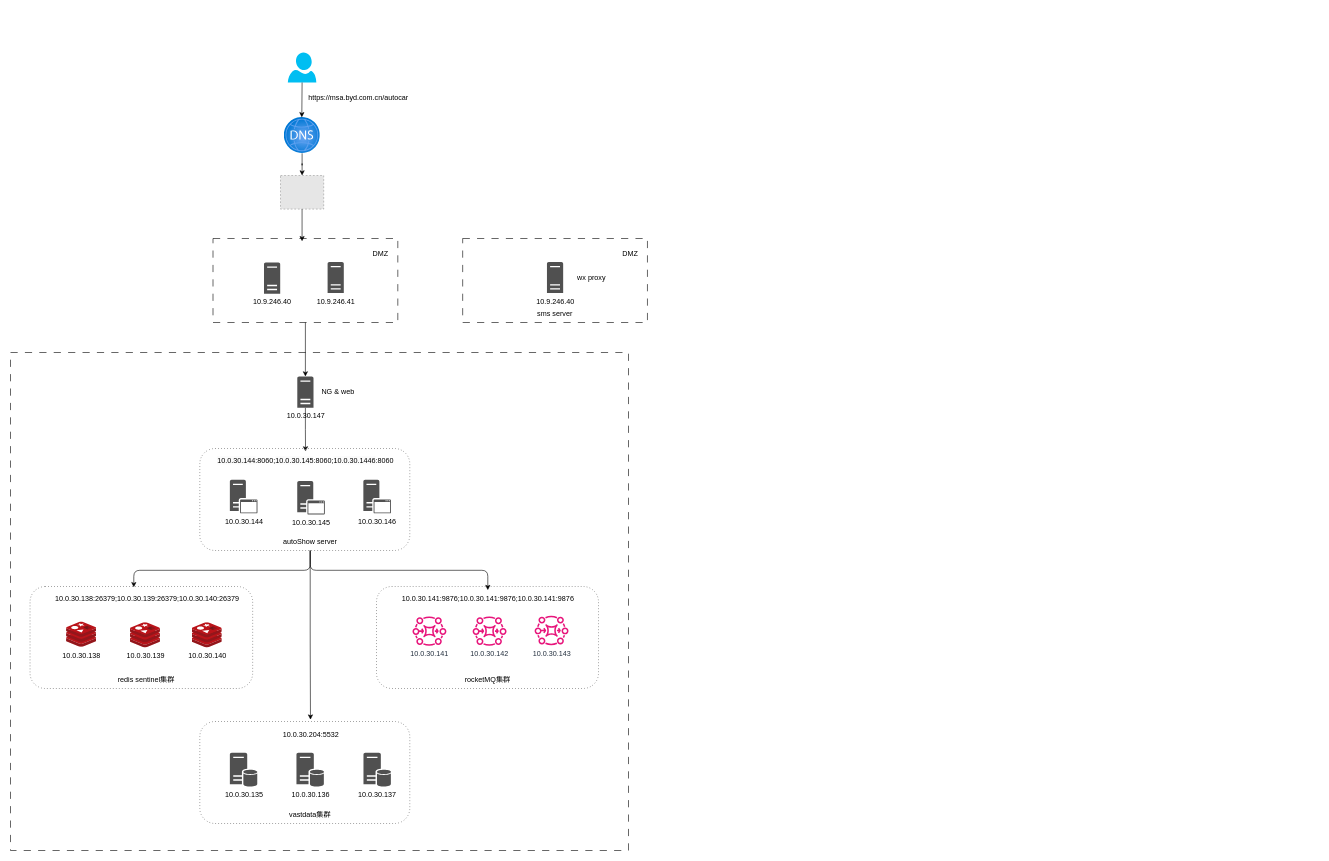
Above: 未命名绘图.drawio in leevsee/ws-r-new-demo (draw.io), before the change. Source tidied: cells renumbered, new cells numbered last; positions are measured from the earlier drawing's top-left corner, leaving out a move shared by most shapes. Both pictures are drawn from the tidied source at 60%, with x=0, y=0 at pixel (10, 52). Pictures stored in the file or linked from it are replaced by grey dashed boxes.
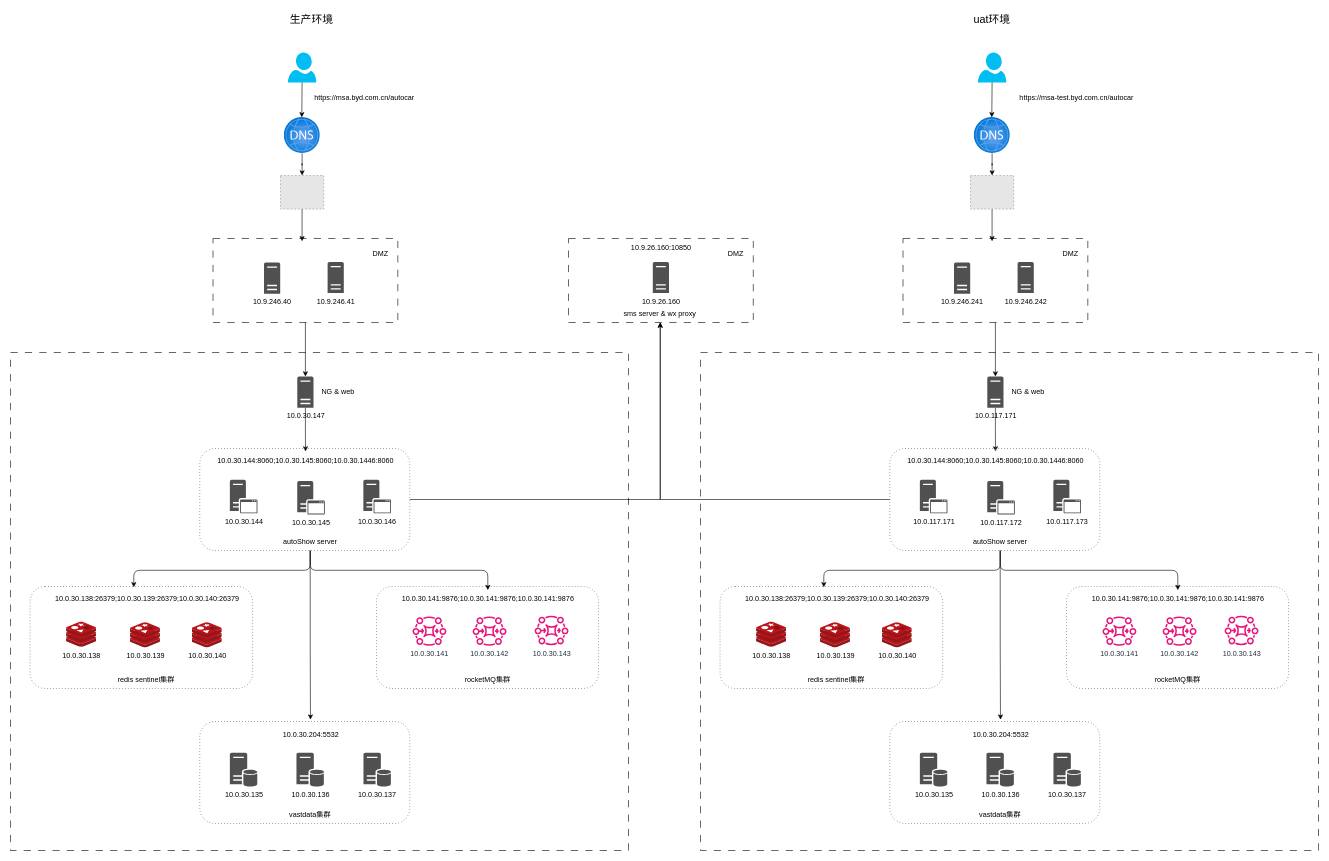
The same page after the edit.

Commit message:
更新未命名绘图.drawio

The change refers to these unchanged cells:
```xml
<mxCell id="38" style="whiteSpace=wrap;html=1;rounded=1;fillStyle=hatch;dashed=1;dashPattern=1 4;" parent="37" vertex="1">
  <mxGeometry width="350" height="170" as="geometry" />
</mxCell>
```

Change to the diagram source:
```diff
@@
+    <mxCell id="50" value="https://msa.byd.com.cn/autocar" style="text;strokeColor=none;align=center;fillColor=none;html=1;verticalAlign=middle;whiteSpace=wrap;rounded=0;" parent="1" vertex="1">
+      <mxGeometry x="560" y="60" width="60" height="30" as="geometry" />
+    </mxCell>
+    <mxCell id="51" style="edgeStyle=none;orthogonalLoop=1;jettySize=auto;html=1;rounded=0;" parent="1" edge="1">
+      <mxGeometry relative="1" as="geometry">
+        <mxPoint x="486" y="50" as="sourcePoint" />
+        <mxPoint x="485.5" y="108" as="targetPoint" />
+      </mxGeometry>
+    </mxCell>
+    <mxCell id="54" style="edgeStyle=orthogonalEdgeStyle;rounded=0;jettySize=auto;html=1;entryX=0.5;entryY=1;entryDx=0;entryDy=0;" parent="1" edge="1" source="38" target="52">
+      <mxGeometry relative="1" as="geometry" />
+    </mxCell>
+    <mxCell id="55" style="whiteSpace=wrap;html=1;fillStyle=hatch;dashed=1;dashPattern=12 12;" parent="1" vertex="1">
+      <mxGeometry x="1150" y="500" width="1030" height="830" as="geometry" />
+    </mxCell>
+    <mxCell id="56" style="whiteSpace=wrap;html=1;dashed=1;dashPattern=12 12;fillStyle=hatch;" parent="1" vertex="1">
+      <mxGeometry x="1487.5" y="310" width="308" height="140" as="geometry" />
+    </mxCell>
+    <mxCell id="57" style="edgeStyle=orthogonalEdgeStyle;rounded=0;jettySize=auto;html=1;" parent="1" edge="1" source="56" target="63">
+      <mxGeometry relative="1" as="geometry" />
+    </mxCell>
+    <mxCell id="58" style="verticalLabelPosition=bottom;html=1;verticalAlign=top;align=center;strokeColor=none;fillColor=#00BEF2;shape=mxgraph.azure.user;" parent="1" vertex="1">
+      <mxGeometry x="1612.2" width="47.5" height="50" as="geometry" />
+    </mxCell>
+    <mxCell id="59" value="10.9.246.241" style="sketch=0;shadow=0;dashed=0;html=1;strokeColor=none;fillColor=#505050;labelPosition=center;verticalLabelPosition=bottom;verticalAlign=top;align=center;shape=mxgraph.office.servers.server_generic;" parent="1" vertex="1">
+      <mxGeometry x="1572.5" y="350" width="27" height="52" as="geometry" />
+    </mxCell>
+    <mxCell id="60" value="10.9.246.242" style="sketch=0;shadow=0;dashed=0;html=1;strokeColor=none;fillColor=#505050;labelPosition=center;verticalLabelPosition=bottom;verticalAlign=top;align=center;shape=mxgraph.office.servers.server_generic;" parent="1" vertex="1">
+      <mxGeometry x="1678.5" y="349" width="27" height="52" as="geometry" />
+    </mxCell>
+    <mxCell id="61" value="DMZ" style="text;strokeColor=none;align=center;fillColor=none;html=1;verticalAlign=middle;whiteSpace=wrap;rounded=0;" parent="1" vertex="1">
+      <mxGeometry x="1736.5" y="320" width="60" height="30" as="geometry" />
+    </mxCell>
+    <mxCell id="62" style="edgeStyle=orthogonalEdgeStyle;rounded=0;jettySize=auto;html=1;" parent="1" edge="1" source="63" target="96">
+      <mxGeometry relative="1" as="geometry" />
+    </mxCell>
+    <mxCell id="63" value="10.0.117.171" style="sketch=0;shadow=0;dashed=0;html=1;strokeColor=none;fillColor=#505050;labelPosition=center;verticalLabelPosition=bottom;verticalAlign=top;outlineConnect=0;align=center;shape=mxgraph.office.servers.server_generic;" parent="1" vertex="1">
+      <mxGeometry x="1628" y="540" width="27" height="52" as="geometry" />
+    </mxCell>
+    <mxCell id="64" value="NG &amp;amp; web" style="text;strokeColor=none;align=center;fillColor=none;html=1;verticalAlign=middle;whiteSpace=wrap;rounded=0;" parent="1" vertex="1">
+      <mxGeometry x="1666" y="551" width="60" height="30" as="geometry" />
+    </mxCell>
+    <mxCell id="65" style="edgeStyle=orthogonalEdgeStyle;rounded=0;jettySize=auto;html=1;" parent="1" edge="1" source="66" target="67">
+      <mxGeometry relative="1" as="geometry" />
+    </mxCell>
+    <mxCell id="66" style="image;html=1;points=[];align=center;fontSize=12;image=img/lib/azure2/networking/DNS_Zones.svg;" parent="1" vertex="1">
+      <mxGeometry x="1606" y="108" width="60" height="60" as="geometry" />
+    </mxCell>
+    <mxCell id="67" style="fillColor=#E6E6E6;strokeColor=#999999;dashed=1;verticalLabelPosition=bottom;labelBackgroundColor=#ffffff;verticalAlign=top;" parent="1" vertex="1">
+      <mxGeometry x="1600" y="205" width="72" height="56" as="geometry" />
+    </mxCell>
+    <mxCell id="68" style="edgeStyle=orthogonalEdgeStyle;rounded=0;jettySize=auto;html=1;entryX=0.482;entryY=0.033;entryDx=0;entryDy=0;entryPerimeter=0;" parent="1" edge="1" source="67" target="56">
+      <mxGeometry relative="1" as="geometry" />
+    </mxCell>
+    <mxCell id="69" style="group;dashed=1;dashPattern=1 4;" parent="1" vertex="1">
+      <mxGeometry x="1465.5" y="1115" width="350" height="170" as="geometry" />
+    </mxCell>
+    <mxCell id="70" style="whiteSpace=wrap;html=1;rounded=1;fillStyle=hatch;dashed=1;dashPattern=1 4;" parent="69" vertex="1">
+      <mxGeometry width="350" height="170" as="geometry" />
+    </mxCell>
+    <mxCell id="71" value="10.0.30.136" style="sketch=0;shadow=0;dashed=0;html=1;strokeColor=none;fillColor=#505050;labelPosition=center;verticalLabelPosition=bottom;verticalAlign=top;align=center;shape=mxgraph.office.databases.database_server;" parent="69" vertex="1">
+      <mxGeometry x="161.1" y="52" width="45.8" height="57" as="geometry" />
+    </mxCell>
+    <mxCell id="72" value="10.0.30.135" style="sketch=0;shadow=0;dashed=0;html=1;strokeColor=none;fillColor=#505050;labelPosition=center;verticalLabelPosition=bottom;verticalAlign=top;align=center;shape=mxgraph.office.databases.database_server;" parent="69" vertex="1">
+      <mxGeometry x="50.1" y="52" width="45.8" height="57" as="geometry" />
+    </mxCell>
+    <mxCell id="73" value="10.0.30.137" style="sketch=0;shadow=0;dashed=0;html=1;strokeColor=none;fillColor=#505050;labelPosition=center;verticalLabelPosition=bottom;verticalAlign=top;align=center;shape=mxgraph.office.databases.database_server;" parent="69" vertex="1">
+      <mxGeometry x="272.8" y="52" width="45.8" height="57" as="geometry" />
+    </mxCell>
+    <mxCell id="74" value="10.0.30.204:5532" style="text;strokeColor=none;align=center;fillColor=none;html=1;verticalAlign=middle;whiteSpace=wrap;rounded=0;" parent="69" vertex="1">
+      <mxGeometry x="153.4" y="7" width="63.9" height="30" as="geometry" />
+    </mxCell>
+    <mxCell id="75" value="vastdata集群" style="text;strokeColor=none;align=center;fillColor=none;html=1;verticalAlign=middle;whiteSpace=wrap;rounded=0;fontStyle=0;" parent="69" vertex="1">
+      <mxGeometry x="133.4" y="140" width="101.2" height="30" as="geometry" />
+    </mxCell>
+    <mxCell id="76" style="group;" parent="1" vertex="1">
+      <mxGeometry x="1182.6" y="890" width="371" height="170" as="geometry" />
+    </mxCell>
+    <mxCell id="77" style="whiteSpace=wrap;html=1;rounded=1;fillStyle=hatch;dashed=1;dashPattern=1 4;" parent="76" vertex="1">
+      <mxGeometry width="371" height="170" as="geometry" />
+    </mxCell>
+    <mxCell id="78" value="redis sentinel集群" style="text;strokeColor=none;align=center;fillColor=none;html=1;verticalAlign=middle;whiteSpace=wrap;rounded=0;fontStyle=0;" parent="76" vertex="1">
+      <mxGeometry x="132.8" y="140" width="122.5" height="30" as="geometry" />
+    </mxCell>
+    <mxCell id="79" value="10.0.30.138" style="image;sketch=0;html=1;align=center;fontSize=12;image=img/lib/mscae/Cache_Redis_Product.svg;" parent="76" vertex="1">
+      <mxGeometry x="60.5" y="59" width="50" height="42" as="geometry" />
+    </mxCell>
+    <mxCell id="80" value="10.0.30.139" style="image;sketch=0;html=1;align=center;fontSize=12;image=img/lib/mscae/Cache_Redis_Product.svg;" parent="76" vertex="1">
+      <mxGeometry x="167" y="60" width="50" height="42" as="geometry" />
+    </mxCell>
+    <mxCell id="81" value="10.0.30.140" style="image;sketch=0;html=1;align=center;fontSize=12;image=img/lib/mscae/Cache_Redis_Product.svg;" parent="76" vertex="1">
+      <mxGeometry x="270" y="60" width="50" height="42" as="geometry" />
+    </mxCell>
+    <mxCell id="82" value="&lt;span style=&quot;text-wrap-mode: nowrap; background-color: rgb(255, 255, 255);&quot;&gt;10.0.30.138:26379;&lt;/span&gt;&lt;span style=&quot;text-wrap-mode: nowrap; background-color: rgb(255, 255, 255);&quot;&gt;10.0.30.139:26379;&lt;/span&gt;&lt;span style=&quot;text-wrap-mode: nowrap; background-color: rgb(255, 255, 255);&quot;&gt;10.0.30.140:26379&lt;/span&gt;" style="text;strokeColor=none;align=center;fillColor=none;html=1;verticalAlign=middle;whiteSpace=wrap;rounded=0;" parent="76" vertex="1">
+      <mxGeometry x="30" y="6" width="330" height="30" as="geometry" />
+    </mxCell>
+    <mxCell id="83" style="group;" parent="1" vertex="1">
+      <mxGeometry x="1760" y="890" width="370" height="170" as="geometry" />
+    </mxCell>
+    <mxCell id="84" style="whiteSpace=wrap;html=1;rounded=1;fillStyle=hatch;dashed=1;dashPattern=1 4;" parent="83" vertex="1">
+      <mxGeometry width="370" height="170" as="geometry" />
+    </mxCell>
+    <mxCell id="85" value="10.0.30.141" style="sketch=0;fontColor=#232F3E;gradientColor=none;fillColor=#E7157B;strokeColor=none;dashed=0;verticalLabelPosition=bottom;verticalAlign=top;align=center;html=1;fontSize=12;fontStyle=0;shape=mxgraph.aws4.mq_broker;" parent="83" vertex="1">
+      <mxGeometry x="60" y="49" width="56.5" height="50" as="geometry" />
+    </mxCell>
+    <mxCell id="86" value="10.0.30.142" style="sketch=0;fontColor=#232F3E;gradientColor=none;fillColor=#E7157B;strokeColor=none;dashed=0;verticalLabelPosition=bottom;verticalAlign=top;align=center;html=1;fontSize=12;fontStyle=0;shape=mxgraph.aws4.mq_broker;" parent="83" vertex="1">
+      <mxGeometry x="160.2" y="49" width="56.5" height="50" as="geometry" />
+    </mxCell>
+    <mxCell id="87" value="10.0.30.143" style="sketch=0;fontColor=#232F3E;gradientColor=none;fillColor=#E7157B;strokeColor=none;dashed=0;verticalLabelPosition=bottom;verticalAlign=top;align=center;html=1;fontSize=12;fontStyle=0;shape=mxgraph.aws4.mq_broker;" parent="83" vertex="1">
+      <mxGeometry x="263.5" y="48" width="56.5" height="50" as="geometry" />
+    </mxCell>
+    <mxCell id="88" value="&lt;span style=&quot;text-wrap-mode: nowrap; background-color: rgb(255, 255, 255);&quot;&gt;10.0.30.141:9876;&lt;/span&gt;&lt;span style=&quot;text-wrap-mode: nowrap; background-color: rgb(255, 255, 255);&quot;&gt;10.0.30.141:9876;&lt;/span&gt;&lt;span style=&quot;text-wrap-mode: nowrap; background-color: rgb(255, 255, 255);&quot;&gt;10.0.30.141:9876&lt;/span&gt;" style="text;strokeColor=none;align=center;fillColor=none;html=1;verticalAlign=middle;whiteSpace=wrap;rounded=0;" parent="83" vertex="1">
+      <mxGeometry x="20.5" y="6" width="330" height="30" as="geometry" />
+    </mxCell>
+    <mxCell id="89" value="rocketMQ集群" style="text;strokeColor=none;align=center;fillColor=none;html=1;verticalAlign=middle;whiteSpace=wrap;rounded=0;fontStyle=0;" parent="83" vertex="1">
+      <mxGeometry x="123.8" y="140" width="122.5" height="30" as="geometry" />
+    </mxCell>
+    <mxCell id="90" style="group;" parent="1" vertex="1">
+      <mxGeometry x="1465.5" y="660" width="350" height="170" as="geometry" />
+    </mxCell>
+    <mxCell id="91" style="whiteSpace=wrap;html=1;rounded=1;fillStyle=hatch;dashed=1;dashPattern=1 4;" parent="90" vertex="1">
+      <mxGeometry width="350" height="170" as="geometry" />
+    </mxCell>
+    <mxCell id="92" value="10.0.117.171" style="sketch=0;shadow=0;dashed=0;html=1;strokeColor=none;fillColor=#505050;labelPosition=center;verticalLabelPosition=bottom;verticalAlign=top;align=center;shape=mxgraph.office.servers.application_server;" parent="90" vertex="1">
+      <mxGeometry x="50.1" y="52" width="46" height="56" as="geometry" />
+    </mxCell>
+    <mxCell id="93" value="10.0.117.172" style="sketch=0;shadow=0;dashed=0;html=1;strokeColor=none;fillColor=#505050;labelPosition=center;verticalLabelPosition=bottom;verticalAlign=top;align=center;shape=mxgraph.office.servers.application_server;" parent="90" vertex="1">
+      <mxGeometry x="162.4" y="54" width="46" height="56" as="geometry" />
+    </mxCell>
+    <mxCell id="94" value="10.0.117.173" style="sketch=0;shadow=0;dashed=0;html=1;strokeColor=none;fillColor=#505050;labelPosition=center;verticalLabelPosition=bottom;verticalAlign=top;align=center;shape=mxgraph.office.servers.application_server;" parent="90" vertex="1">
+      <mxGeometry x="272.6" y="52" width="46" height="56" as="geometry" />
+    </mxCell>
+    <mxCell id="95" value="autoShow server" style="text;strokeColor=none;align=center;fillColor=none;html=1;verticalAlign=middle;whiteSpace=wrap;rounded=0;fontStyle=0;" parent="90" vertex="1">
+      <mxGeometry x="133.4" y="140" width="101.2" height="30" as="geometry" />
+    </mxCell>
+    <mxCell id="96" value="&lt;span style=&quot;text-wrap-mode: nowrap; background-color: rgb(255, 255, 255);&quot;&gt;&lt;span style=&quot;background-color: rgb(251, 251, 251);&quot;&gt;10.0.30.144&lt;/span&gt;:8060;&lt;/span&gt;&lt;span style=&quot;text-wrap-mode: nowrap; background-color: rgb(255, 255, 255);&quot;&gt;&lt;span style=&quot;background-color: rgb(251, 251, 251);&quot;&gt;10.0.30.145&lt;/span&gt;:8060;&lt;/span&gt;&lt;span style=&quot;text-wrap-mode: nowrap; background-color: rgb(255, 255, 255);&quot;&gt;&lt;span style=&quot;background-color: rgb(251, 251, 251);&quot;&gt;10.0.30.1446&lt;/span&gt;:8060&lt;/span&gt;" style="text;strokeColor=none;align=center;fillColor=none;html=1;verticalAlign=middle;whiteSpace=wrap;rounded=0;" parent="90" vertex="1">
+      <mxGeometry x="11.2" y="5" width="330" height="30" as="geometry" />
+    </mxCell>
+    <mxCell id="97" style="edgeStyle=orthogonalEdgeStyle;rounded=1;jettySize=auto;html=1;exitX=0.5;exitY=1;exitDx=0;exitDy=0;entryX=0.433;entryY=-0.156;entryDx=0;entryDy=0;entryPerimeter=0;curved=0;" parent="1" edge="1" source="95" target="82">
+      <mxGeometry relative="1" as="geometry" />
+    </mxCell>
+    <mxCell id="98" style="edgeStyle=orthogonalEdgeStyle;rounded=1;jettySize=auto;html=1;exitX=0.5;exitY=1;exitDx=0;exitDy=0;curved=0;" parent="1" edge="1" source="95" target="88">
+      <mxGeometry relative="1" as="geometry" />
+    </mxCell>
+    <mxCell id="99" style="edgeStyle=orthogonalEdgeStyle;rounded=1;jettySize=auto;html=1;exitX=0.5;exitY=1;exitDx=0;exitDy=0;entryX=0.527;entryY=-0.018;entryDx=0;entryDy=0;entryPerimeter=0;curved=0;" parent="1" edge="1" source="95" target="70">
+      <mxGeometry relative="1" as="geometry" />
+    </mxCell>
+    <mxCell id="100" value="https://msa-test.byd.com.cn/autocar" style="text;strokeColor=none;align=center;fillColor=none;html=1;verticalAlign=middle;whiteSpace=wrap;rounded=0;" parent="1" vertex="1">
+      <mxGeometry x="1672" y="60" width="210" height="30" as="geometry" />
+    </mxCell>
+    <mxCell id="101" style="edgeStyle=none;orthogonalLoop=1;jettySize=auto;html=1;rounded=0;" parent="1" edge="1">
+      <mxGeometry relative="1" as="geometry">
+        <mxPoint x="1636" y="50" as="sourcePoint" />
+        <mxPoint x="1635.5" y="108" as="targetPoint" />
+      </mxGeometry>
+    </mxCell>
+    <mxCell id="102" style="group;" parent="1" vertex="1">
+      <mxGeometry x="930" y="310" width="309" height="140" as="geometry" />
+    </mxCell>
-    <mxCell id="47" style="whiteSpace=wrap;html=1;dashed=1;dashPattern=12 12;fillStyle=hatch;" parent="1" vertex="1">
-      <mxGeometry x="753.6" y="310" width="308" height="140" as="geometry" />
+    <mxCell id="47" style="whiteSpace=wrap;html=1;dashed=1;dashPattern=12 12;fillStyle=hatch;" parent="102" vertex="1">
+      <mxGeometry width="308" height="140" as="geometry" />
     </mxCell>
-    <mxCell id="48" value="10.9.246.40" style="sketch=0;shadow=0;dashed=0;html=1;strokeColor=none;fillColor=#505050;labelPosition=center;verticalLabelPosition=bottom;verticalAlign=top;align=center;shape=mxgraph.office.servers.server_generic;" parent="1" vertex="1">
-      <mxGeometry x="894.1" y="349" width="27" height="52" as="geometry" />
+    <mxCell id="48" value="10.9.26.160" style="sketch=0;shadow=0;dashed=0;html=1;strokeColor=none;fillColor=#505050;labelPosition=center;verticalLabelPosition=bottom;verticalAlign=top;align=center;shape=mxgraph.office.servers.server_generic;" parent="102" vertex="1">
+      <mxGeometry x="140.5" y="39" width="27" height="52" as="geometry" />
     </mxCell>
-    <mxCell id="49" value="DMZ" style="text;strokeColor=none;align=center;fillColor=none;html=1;verticalAlign=middle;whiteSpace=wrap;rounded=0;" parent="1" vertex="1">
-      <mxGeometry x="1002.6" y="320" width="60" height="30" as="geometry" />
+    <mxCell id="49" value="DMZ" style="text;strokeColor=none;align=center;fillColor=none;html=1;verticalAlign=middle;whiteSpace=wrap;rounded=0;" parent="102" vertex="1">
+      <mxGeometry x="249" y="10" width="60" height="30" as="geometry" />
     </mxCell>
-    <mxCell id="50" value="https://msa.byd.com.cn/autocar" style="text;strokeColor=none;align=center;fillColor=none;html=1;verticalAlign=middle;whiteSpace=wrap;rounded=0;" parent="1" vertex="1">
-      <mxGeometry x="550" y="60" width="60" height="30" as="geometry" />
-    </mxCell>
-    <mxCell id="51" style="edgeStyle=none;orthogonalLoop=1;jettySize=auto;html=1;rounded=0;" parent="1" edge="1">
-      <mxGeometry relative="1" as="geometry">
-        <mxPoint x="486" y="50" as="sourcePoint" />
-        <mxPoint x="485.5" y="108" as="targetPoint" />
-      </mxGeometry>
-    </mxCell>
-    <mxCell id="52" value="sms server" style="text;strokeColor=none;align=center;fillColor=none;html=1;verticalAlign=middle;whiteSpace=wrap;rounded=0;fontStyle=0;" parent="1" vertex="1">
-      <mxGeometry x="857" y="420" width="101.2" height="30" as="geometry" />
+    <mxCell id="52" value="sms server &amp;amp; wx proxy" style="text;strokeColor=none;align=center;fillColor=none;html=1;verticalAlign=middle;whiteSpace=wrap;rounded=0;fontStyle=0;" parent="102" vertex="1">
+      <mxGeometry x="86.4" y="110" width="133" height="30" as="geometry" />
     </mxCell>
-    <mxCell id="53" value="wx proxy" style="text;strokeColor=none;align=center;fillColor=none;html=1;verticalAlign=middle;whiteSpace=wrap;rounded=0;" parent="1" vertex="1">
-      <mxGeometry x="935.1" y="360" width="67.4" height="30" as="geometry" />
+    <mxCell id="53" value="10.9.26.160:10850" style="text;strokeColor=none;align=center;fillColor=none;html=1;verticalAlign=middle;whiteSpace=wrap;rounded=0;" parent="102" vertex="1">
+      <mxGeometry x="121.4" width="67.4" height="30" as="geometry" />
     </mxCell>
+    <mxCell id="103" style="edgeStyle=orthogonalEdgeStyle;rounded=0;jettySize=auto;html=1;entryX=0.5;entryY=1;entryDx=0;entryDy=0;" parent="1" edge="1" source="91" target="52">
+      <mxGeometry relative="1" as="geometry" />
+    </mxCell>
+    <mxCell id="104" value="uat环境" style="text;strokeColor=none;align=center;fillColor=none;html=1;verticalAlign=middle;whiteSpace=wrap;rounded=0;fontSize=18;fontStyle=0;" parent="1" vertex="1">
+      <mxGeometry x="1589" y="-70" width="94" height="30" as="geometry" />
+    </mxCell>
+    <mxCell id="105" value="生产环境" style="text;strokeColor=none;align=center;fillColor=none;html=1;verticalAlign=middle;whiteSpace=wrap;rounded=0;fontSize=18;fontStyle=0;" parent="1" vertex="1">
+      <mxGeometry x="454.5" y="-70" width="94" height="30" as="geometry" />
+    </mxCell>
```
